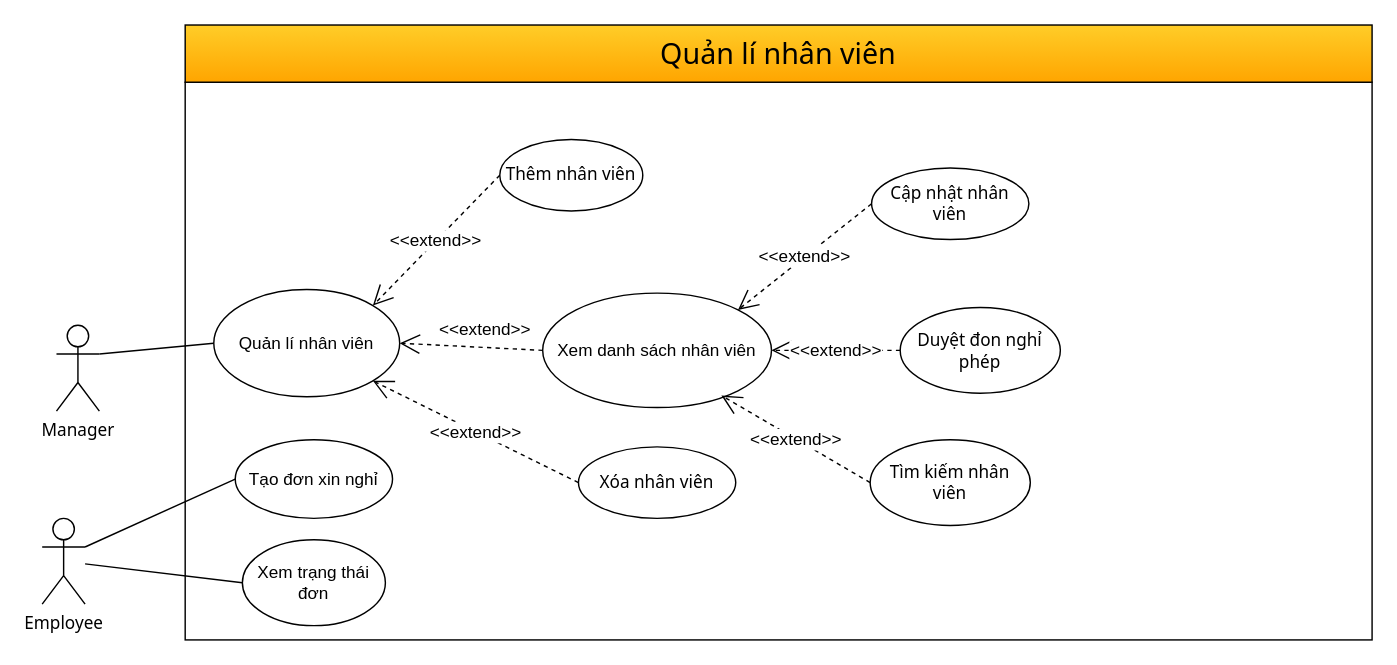
This is QuanLyNhanVien.drawio from hoangda24312/Group4-DesigningSystem, a draw.io file, before an edit. Source tidied: cells renumbered, new cells numbered last; positions are measured from the earlier drawing's top-left corner, leaving out a move shared by most shapes. Both pictures are drawn from the tidied source at 143%, with x=0, y=0 at pixel (41, 24).
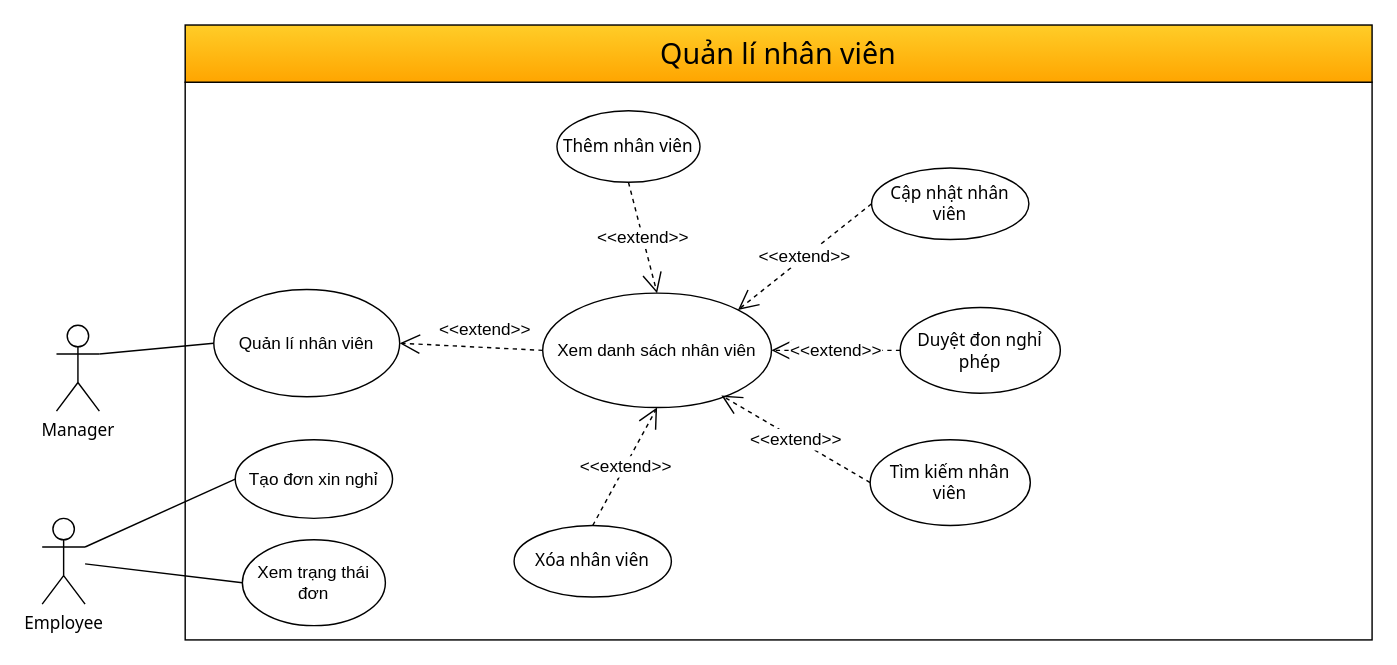
The same page after the edit.

Unchanged cells that the change refers to:
```xml
<mxCell id="8" value="Quản lí nhân viên" style="ellipse;whiteSpace=wrap;html=1;" parent="1" vertex="1">
  <mxGeometry x="120" y="185" width="130" height="75" as="geometry" />
</mxCell>
<mxCell id="9" value="Xem danh sách nhân viên" style="ellipse;whiteSpace=wrap;html=1;" parent="1" vertex="1">
  <mxGeometry x="350" y="187.5" width="160" height="80" as="geometry" />
</mxCell>
```

Change to the diagram source:
```diff
@@
     <mxCell id="4" value="Thêm nhân viên" style="ellipse;whiteSpace=wrap;html=1;fontFamily=Tahoma;" parent="1" vertex="1">
-      <mxGeometry x="320" y="80" width="100" height="50" as="geometry" />
+      <mxGeometry x="360" y="60" width="100" height="50" as="geometry" />
     </mxCell>
@@
     <mxCell id="6" value="Xóa nhân viên" style="ellipse;whiteSpace=wrap;html=1;fontFamily=Tahoma;" parent="1" vertex="1">
-      <mxGeometry x="375" y="295" width="110" height="50" as="geometry" />
+      <mxGeometry x="330" y="350" width="110" height="50" as="geometry" />
     </mxCell>
@@
-    <mxCell id="10" value="&lt;font style=&quot;font-size: 12px;&quot;&gt;&amp;lt;&amp;lt;extend&amp;gt;&amp;gt;&lt;/font&gt;" style="endArrow=open;endSize=12;dashed=1;html=1;rounded=0;exitX=0;exitY=0.5;exitDx=0;exitDy=0;entryX=1;entryY=0;entryDx=0;entryDy=0;" parent="1" edge="1" source="4" target="8">
+    <mxCell id="10" value="&lt;font style=&quot;font-size: 12px;&quot;&gt;&amp;lt;&amp;lt;extend&amp;gt;&amp;gt;&lt;/font&gt;" style="endArrow=open;endSize=12;dashed=1;html=1;rounded=0;exitX=0.5;exitY=1;exitDx=0;exitDy=0;entryX=0.5;entryY=0;entryDx=0;entryDy=0;" parent="1" edge="1" source="4" target="9">
       <mxGeometry relative="1" as="geometry" />
     </mxCell>
@@
-    <mxCell id="12" value="&lt;font style=&quot;font-size: 12px;&quot;&gt;&amp;lt;&amp;lt;extend&amp;gt;&amp;gt;&lt;/font&gt;" style="endArrow=open;endSize=12;dashed=1;html=1;rounded=0;exitX=0;exitY=0.5;exitDx=0;exitDy=0;entryX=1;entryY=1;entryDx=0;entryDy=0;" parent="1" edge="1" source="6" target="8">
+    <mxCell id="12" value="&lt;font style=&quot;font-size: 12px;&quot;&gt;&amp;lt;&amp;lt;extend&amp;gt;&amp;gt;&lt;/font&gt;" style="endArrow=open;endSize=12;dashed=1;html=1;rounded=0;exitX=0.5;exitY=0;exitDx=0;exitDy=0;entryX=0.5;entryY=1;entryDx=0;entryDy=0;" parent="1" edge="1" source="6" target="9">
       <mxGeometry relative="1" as="geometry" />
     </mxCell>
```
